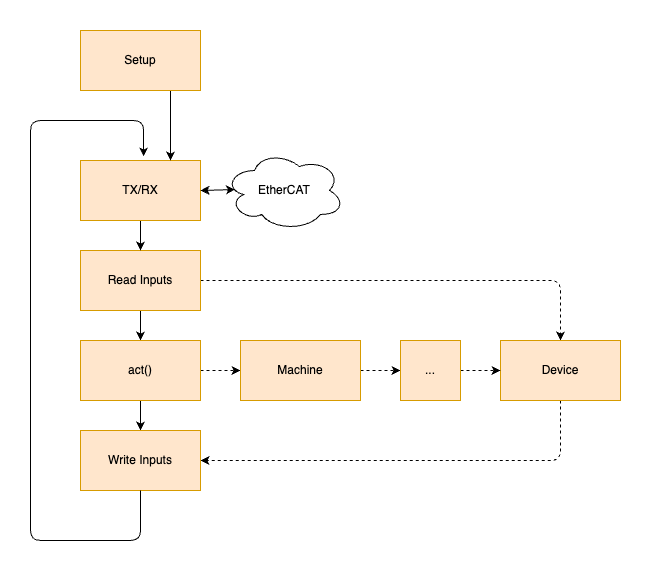
Before: docs/assets/control-loop.png, a diagram exported from draw.io (qitechgmbh/control). Source tidied: cells renumbered, new cells last; positions are measured from the earlier drawing's top-left corner, leaving out a move shared by most shapes. Source of this version:
```xml
<mxGraphModel>
  <root>
    <mxCell id="0" />
    <mxCell id="1" parent="0" />
    <mxCell id="2" style="swimlane;startSize=0;fillStyle=solid;fillColor=none;strokeColor=none;swimlaneFillColor=#FFFFFF;" parent="1" vertex="1">
      <mxGeometry width="630" height="550" as="geometry" />
    </mxCell>
    <mxCell id="3" style="edgeStyle=orthogonalEdgeStyle;html=1;exitX=1;exitY=0.5;exitDx=0;exitDy=0;entryX=0.5;entryY=0;entryDx=0;entryDy=0;dashed=1;" parent="2" edge="1" source="5" target="7">
      <mxGeometry relative="1" as="geometry" />
    </mxCell>
    <mxCell id="4" style="edgeStyle=none;html=1;exitX=0.5;exitY=1;exitDx=0;exitDy=0;entryX=0.5;entryY=0;entryDx=0;entryDy=0;" parent="2" edge="1" source="5" target="10">
      <mxGeometry relative="1" as="geometry" />
    </mxCell>
    <mxCell id="5" value="Read Inputs" style="rounded=0;whiteSpace=wrap;html=1;fillColor=#ffe6cc;strokeColor=#d79b00;" parent="2" vertex="1">
      <mxGeometry x="70" y="240" width="120" height="60" as="geometry" />
    </mxCell>
    <mxCell id="6" style="edgeStyle=orthogonalEdgeStyle;html=1;exitX=0.5;exitY=1;exitDx=0;exitDy=0;entryX=1;entryY=0.5;entryDx=0;entryDy=0;dashed=1;" parent="2" edge="1" source="7" target="11">
      <mxGeometry relative="1" as="geometry" />
    </mxCell>
    <mxCell id="7" value="Device" style="rounded=0;whiteSpace=wrap;html=1;fillColor=#ffe6cc;strokeColor=#d79b00;" parent="2" vertex="1">
      <mxGeometry x="490" y="330" width="120" height="60" as="geometry" />
    </mxCell>
    <mxCell id="8" style="edgeStyle=none;html=1;exitX=1;exitY=0.5;exitDx=0;exitDy=0;entryX=0;entryY=0.5;entryDx=0;entryDy=0;dashed=1;" parent="2" edge="1" source="10" target="13">
      <mxGeometry relative="1" as="geometry" />
    </mxCell>
    <mxCell id="9" style="edgeStyle=none;html=1;exitX=0.5;exitY=1;exitDx=0;exitDy=0;entryX=0.5;entryY=0;entryDx=0;entryDy=0;" parent="2" edge="1" source="10" target="11">
      <mxGeometry relative="1" as="geometry" />
    </mxCell>
    <mxCell id="10" value="act()" style="rounded=0;whiteSpace=wrap;html=1;fillColor=#ffe6cc;strokeColor=#d79b00;" parent="2" vertex="1">
      <mxGeometry x="70" y="330" width="120" height="60" as="geometry" />
    </mxCell>
    <mxCell id="11" value="Write Inputs" style="rounded=0;whiteSpace=wrap;html=1;fillColor=#ffe6cc;strokeColor=#d79b00;" parent="2" vertex="1">
      <mxGeometry x="70" y="420" width="120" height="60" as="geometry" />
    </mxCell>
    <mxCell id="12" style="edgeStyle=none;html=1;exitX=1;exitY=0.5;exitDx=0;exitDy=0;entryX=0;entryY=0.5;entryDx=0;entryDy=0;dashed=1;" parent="2" edge="1" source="13" target="15">
      <mxGeometry relative="1" as="geometry" />
    </mxCell>
    <mxCell id="13" value="Machine" style="rounded=0;whiteSpace=wrap;html=1;fillColor=#ffe6cc;strokeColor=#d79b00;" parent="2" vertex="1">
      <mxGeometry x="230" y="330" width="120" height="60" as="geometry" />
    </mxCell>
    <mxCell id="14" style="edgeStyle=none;html=1;exitX=1;exitY=0.5;exitDx=0;exitDy=0;entryX=0;entryY=0.5;entryDx=0;entryDy=0;dashed=1;" parent="2" edge="1" source="15" target="7">
      <mxGeometry relative="1" as="geometry" />
    </mxCell>
    <mxCell id="15" value="..." style="rounded=0;whiteSpace=wrap;html=1;fillColor=#ffe6cc;strokeColor=#d79b00;" parent="2" vertex="1">
      <mxGeometry x="390" y="330" width="60" height="60" as="geometry" />
    </mxCell>
    <mxCell id="16" style="edgeStyle=none;html=1;exitX=0.5;exitY=1;exitDx=0;exitDy=0;entryX=0.5;entryY=0;entryDx=0;entryDy=0;" parent="2" edge="1" source="17" target="5">
      <mxGeometry relative="1" as="geometry" />
    </mxCell>
    <mxCell id="17" value="TX/RX" style="rounded=0;whiteSpace=wrap;html=1;fillColor=#ffe6cc;strokeColor=#d79b00;" parent="2" vertex="1">
      <mxGeometry x="70" y="150" width="120" height="60" as="geometry" />
    </mxCell>
    <mxCell id="18" style="edgeStyle=orthogonalEdgeStyle;html=1;exitX=0.5;exitY=1;exitDx=0;exitDy=0;entryX=0.526;entryY=-0.067;entryDx=0;entryDy=0;entryPerimeter=0;" parent="2" edge="1" source="11" target="17">
      <mxGeometry relative="1" as="geometry">
        <Array as="points">
          <mxPoint x="130" y="530" />
          <mxPoint x="20" y="530" />
          <mxPoint x="20" y="110" />
          <mxPoint x="133" y="110" />
        </Array>
      </mxGeometry>
    </mxCell>
    <mxCell id="19" style="endArrow=classic;html=1;" parent="2" edge="1">
      <mxGeometry relative="1" as="geometry">
        <mxPoint x="160" y="80" as="sourcePoint" />
        <mxPoint x="160" y="150" as="targetPoint" />
      </mxGeometry>
    </mxCell>
    <mxCell id="20" value="Setup" style="rounded=0;whiteSpace=wrap;html=1;fillColor=#ffe6cc;strokeColor=#d79b00;" parent="2" vertex="1">
      <mxGeometry x="70" y="20" width="120" height="60" as="geometry" />
    </mxCell>
    <mxCell id="21" value="EtherCAT" style="ellipse;shape=cloud;whiteSpace=wrap;html=1;" parent="2" vertex="1">
      <mxGeometry x="214" y="140" width="120" height="80" as="geometry" />
    </mxCell>
    <mxCell id="22" style="edgeStyle=none;html=1;exitX=1;exitY=0.5;exitDx=0;exitDy=0;entryX=0.088;entryY=0.488;entryDx=0;entryDy=0;entryPerimeter=0;startArrow=classic;startFill=1;" parent="2" edge="1" source="17" target="21">
      <mxGeometry relative="1" as="geometry" />
    </mxCell>
  </root>
</mxGraphModel>
```
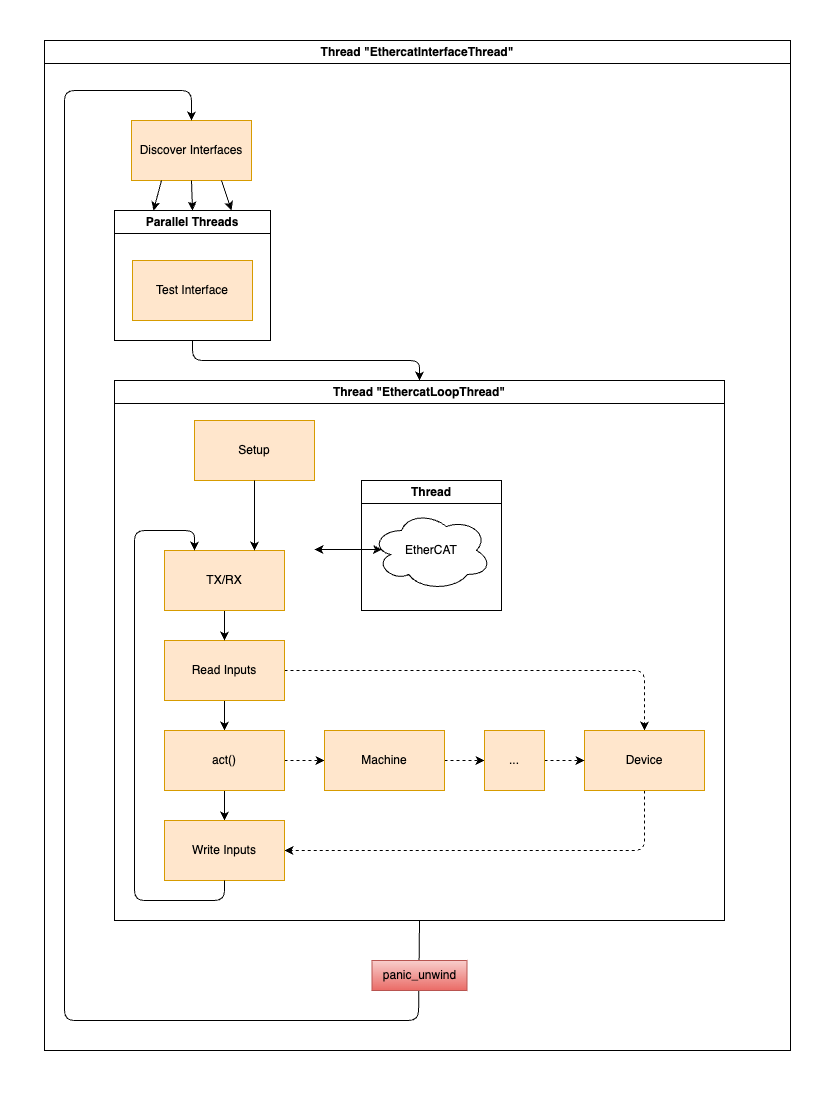
The same diagram one commit later.

Change to the diagram source:
```diff
@@ -2,78 +2,124 @@
   <root>
     <mxCell id="0" />
     <mxCell id="1" parent="0" />
-    <mxCell id="2" style="swimlane;startSize=0;fillStyle=solid;fillColor=none;strokeColor=none;swimlaneFillColor=#FFFFFF;" parent="1" vertex="1">
-      <mxGeometry width="630" height="550" as="geometry" />
-    </mxCell>
+    <mxCell id="23" style="swimlane;startSize=0;swimlaneFillColor=default;strokeColor=none;" parent="1" vertex="1">
+      <mxGeometry x="-960" y="-225" width="814" height="1080" as="geometry" />
+    </mxCell>
+    <mxCell id="24" value="Thread &quot;EthercatInterfaceThread&quot;" style="swimlane;whiteSpace=wrap;html=1;" parent="23" vertex="1">
+      <mxGeometry x="34" y="30" width="746" height="1010" as="geometry" />
+    </mxCell>
+    <mxCell id="25" value="Discover Interfaces" style="rounded=0;whiteSpace=wrap;html=1;fillColor=#ffe6cc;strokeColor=#d79b00;" parent="24" vertex="1">
+      <mxGeometry x="87" y="80" width="120" height="60" as="geometry" />
+    </mxCell>
+    <mxCell id="26" value="Parallel Threads" style="swimlane;whiteSpace=wrap;html=1;" parent="24" vertex="1">
+      <mxGeometry x="70" y="170" width="156" height="130" as="geometry" />
+    </mxCell>
+    <mxCell id="27" value="Test Interface" style="rounded=0;whiteSpace=wrap;html=1;fillColor=#ffe6cc;strokeColor=#d79b00;" parent="26" vertex="1">
+      <mxGeometry x="18" y="50" width="120" height="60" as="geometry" />
+    </mxCell>
+    <mxCell id="28" value="Thread &quot;EthercatLoopThread&quot;" style="swimlane;whiteSpace=wrap;html=1;" parent="24" vertex="1">
+      <mxGeometry x="70" y="340" width="610" height="540" as="geometry" />
+    </mxCell>
+    <mxCell id="29" value="Thread" style="swimlane;whiteSpace=wrap;html=1;" parent="28" vertex="1">
+      <mxGeometry x="247" y="100" width="140" height="130" as="geometry" />
+    </mxCell>
+    <mxCell id="21" value="EtherCAT" style="ellipse;shape=cloud;whiteSpace=wrap;html=1;" parent="29" vertex="1">
+      <mxGeometry x="10" y="30" width="120" height="80" as="geometry" />
+    </mxCell>
+    <mxCell id="20" value="Setup" style="rounded=0;whiteSpace=wrap;html=1;fillColor=#ffe6cc;strokeColor=#d79b00;" parent="28" vertex="1">
+      <mxGeometry x="80" y="40" width="120" height="60" as="geometry" />
+    </mxCell>
-    <mxCell id="3" style="edgeStyle=orthogonalEdgeStyle;html=1;exitX=1;exitY=0.5;exitDx=0;exitDy=0;entryX=0.5;entryY=0;entryDx=0;entryDy=0;dashed=1;" parent="2" edge="1" source="5" target="7">
+    <mxCell id="3" style="edgeStyle=orthogonalEdgeStyle;html=1;exitX=1;exitY=0.5;exitDx=0;exitDy=0;entryX=0.5;entryY=0;entryDx=0;entryDy=0;dashed=1;" parent="28" edge="1" source="5" target="7">
       <mxGeometry relative="1" as="geometry" />
     </mxCell>
-    <mxCell id="4" style="edgeStyle=none;html=1;exitX=0.5;exitY=1;exitDx=0;exitDy=0;entryX=0.5;entryY=0;entryDx=0;entryDy=0;" parent="2" edge="1" source="5" target="10">
+    <mxCell id="4" style="edgeStyle=none;html=1;exitX=0.5;exitY=1;exitDx=0;exitDy=0;entryX=0.5;entryY=0;entryDx=0;entryDy=0;" parent="28" edge="1" source="5" target="10">
       <mxGeometry relative="1" as="geometry" />
     </mxCell>
-    <mxCell id="5" value="Read Inputs" style="rounded=0;whiteSpace=wrap;html=1;fillColor=#ffe6cc;strokeColor=#d79b00;" parent="2" vertex="1">
-      <mxGeometry x="70" y="240" width="120" height="60" as="geometry" />
+    <mxCell id="5" value="Read Inputs" style="rounded=0;whiteSpace=wrap;html=1;fillColor=#ffe6cc;strokeColor=#d79b00;" parent="28" vertex="1">
+      <mxGeometry x="50" y="260" width="120" height="60" as="geometry" />
     </mxCell>
-    <mxCell id="6" style="edgeStyle=orthogonalEdgeStyle;html=1;exitX=0.5;exitY=1;exitDx=0;exitDy=0;entryX=1;entryY=0.5;entryDx=0;entryDy=0;dashed=1;" parent="2" edge="1" source="7" target="11">
+    <mxCell id="6" style="edgeStyle=orthogonalEdgeStyle;html=1;exitX=0.5;exitY=1;exitDx=0;exitDy=0;entryX=1;entryY=0.5;entryDx=0;entryDy=0;dashed=1;" parent="28" edge="1" source="7" target="11">
       <mxGeometry relative="1" as="geometry" />
     </mxCell>
-    <mxCell id="7" value="Device" style="rounded=0;whiteSpace=wrap;html=1;fillColor=#ffe6cc;strokeColor=#d79b00;" parent="2" vertex="1">
-      <mxGeometry x="490" y="330" width="120" height="60" as="geometry" />
+    <mxCell id="7" value="Device" style="rounded=0;whiteSpace=wrap;html=1;fillColor=#ffe6cc;strokeColor=#d79b00;" parent="28" vertex="1">
+      <mxGeometry x="470" y="350" width="120" height="60" as="geometry" />
     </mxCell>
-    <mxCell id="8" style="edgeStyle=none;html=1;exitX=1;exitY=0.5;exitDx=0;exitDy=0;entryX=0;entryY=0.5;entryDx=0;entryDy=0;dashed=1;" parent="2" edge="1" source="10" target="13">
+    <mxCell id="8" style="edgeStyle=none;html=1;exitX=1;exitY=0.5;exitDx=0;exitDy=0;entryX=0;entryY=0.5;entryDx=0;entryDy=0;dashed=1;" parent="28" edge="1" source="10" target="13">
       <mxGeometry relative="1" as="geometry" />
     </mxCell>
-    <mxCell id="9" style="edgeStyle=none;html=1;exitX=0.5;exitY=1;exitDx=0;exitDy=0;entryX=0.5;entryY=0;entryDx=0;entryDy=0;" parent="2" edge="1" source="10" target="11">
+    <mxCell id="9" style="edgeStyle=none;html=1;exitX=0.5;exitY=1;exitDx=0;exitDy=0;entryX=0.5;entryY=0;entryDx=0;entryDy=0;" parent="28" edge="1" source="10" target="11">
       <mxGeometry relative="1" as="geometry" />
     </mxCell>
-    <mxCell id="10" value="act()" style="rounded=0;whiteSpace=wrap;html=1;fillColor=#ffe6cc;strokeColor=#d79b00;" parent="2" vertex="1">
-      <mxGeometry x="70" y="330" width="120" height="60" as="geometry" />
+    <mxCell id="10" value="act()" style="rounded=0;whiteSpace=wrap;html=1;fillColor=#ffe6cc;strokeColor=#d79b00;" parent="28" vertex="1">
+      <mxGeometry x="50" y="350" width="120" height="60" as="geometry" />
     </mxCell>
-    <mxCell id="11" value="Write Inputs" style="rounded=0;whiteSpace=wrap;html=1;fillColor=#ffe6cc;strokeColor=#d79b00;" parent="2" vertex="1">
-      <mxGeometry x="70" y="420" width="120" height="60" as="geometry" />
+    <mxCell id="11" value="Write Inputs" style="rounded=0;whiteSpace=wrap;html=1;fillColor=#ffe6cc;strokeColor=#d79b00;" parent="28" vertex="1">
+      <mxGeometry x="50" y="440" width="120" height="60" as="geometry" />
     </mxCell>
-    <mxCell id="12" style="edgeStyle=none;html=1;exitX=1;exitY=0.5;exitDx=0;exitDy=0;entryX=0;entryY=0.5;entryDx=0;entryDy=0;dashed=1;" parent="2" edge="1" source="13" target="15">
+    <mxCell id="12" style="edgeStyle=none;html=1;exitX=1;exitY=0.5;exitDx=0;exitDy=0;entryX=0;entryY=0.5;entryDx=0;entryDy=0;dashed=1;" parent="28" edge="1" source="13" target="15">
       <mxGeometry relative="1" as="geometry" />
     </mxCell>
-    <mxCell id="13" value="Machine" style="rounded=0;whiteSpace=wrap;html=1;fillColor=#ffe6cc;strokeColor=#d79b00;" parent="2" vertex="1">
-      <mxGeometry x="230" y="330" width="120" height="60" as="geometry" />
+    <mxCell id="13" value="Machine" style="rounded=0;whiteSpace=wrap;html=1;fillColor=#ffe6cc;strokeColor=#d79b00;" parent="28" vertex="1">
+      <mxGeometry x="210" y="350" width="120" height="60" as="geometry" />
     </mxCell>
-    <mxCell id="14" style="edgeStyle=none;html=1;exitX=1;exitY=0.5;exitDx=0;exitDy=0;entryX=0;entryY=0.5;entryDx=0;entryDy=0;dashed=1;" parent="2" edge="1" source="15" target="7">
+    <mxCell id="14" style="edgeStyle=none;html=1;exitX=1;exitY=0.5;exitDx=0;exitDy=0;entryX=0;entryY=0.5;entryDx=0;entryDy=0;dashed=1;" parent="28" edge="1" source="15" target="7">
       <mxGeometry relative="1" as="geometry" />
     </mxCell>
-    <mxCell id="15" value="..." style="rounded=0;whiteSpace=wrap;html=1;fillColor=#ffe6cc;strokeColor=#d79b00;" parent="2" vertex="1">
-      <mxGeometry x="390" y="330" width="60" height="60" as="geometry" />
+    <mxCell id="15" value="..." style="rounded=0;whiteSpace=wrap;html=1;fillColor=#ffe6cc;strokeColor=#d79b00;" parent="28" vertex="1">
+      <mxGeometry x="370" y="350" width="60" height="60" as="geometry" />
     </mxCell>
-    <mxCell id="16" style="edgeStyle=none;html=1;exitX=0.5;exitY=1;exitDx=0;exitDy=0;entryX=0.5;entryY=0;entryDx=0;entryDy=0;" parent="2" edge="1" source="17" target="5">
+    <mxCell id="16" style="edgeStyle=none;html=1;exitX=0.5;exitY=1;exitDx=0;exitDy=0;entryX=0.5;entryY=0;entryDx=0;entryDy=0;" parent="28" edge="1" source="17" target="5">
       <mxGeometry relative="1" as="geometry" />
     </mxCell>
-    <mxCell id="17" value="TX/RX" style="rounded=0;whiteSpace=wrap;html=1;fillColor=#ffe6cc;strokeColor=#d79b00;" parent="2" vertex="1">
-      <mxGeometry x="70" y="150" width="120" height="60" as="geometry" />
+    <mxCell id="17" value="TX/RX" style="rounded=0;whiteSpace=wrap;html=1;fillColor=#ffe6cc;strokeColor=#d79b00;" parent="28" vertex="1">
+      <mxGeometry x="50" y="170" width="120" height="60" as="geometry" />
     </mxCell>
-    <mxCell id="18" style="edgeStyle=orthogonalEdgeStyle;html=1;exitX=0.5;exitY=1;exitDx=0;exitDy=0;entryX=0.526;entryY=-0.067;entryDx=0;entryDy=0;entryPerimeter=0;" parent="2" edge="1" source="11" target="17">
+    <mxCell id="18" style="edgeStyle=orthogonalEdgeStyle;html=1;exitX=0.5;exitY=1;exitDx=0;exitDy=0;entryX=0.25;entryY=0;entryDx=0;entryDy=0;" parent="28" edge="1" source="11" target="17">
       <mxGeometry relative="1" as="geometry">
         <Array as="points">
-          <mxPoint x="130" y="530" />
-          <mxPoint x="20" y="530" />
-          <mxPoint x="20" y="110" />
-          <mxPoint x="133" y="110" />
+          <mxPoint x="110" y="520" />
+          <mxPoint x="20" y="520" />
+          <mxPoint x="20" y="150" />
+          <mxPoint x="80" y="150" />
         </Array>
       </mxGeometry>
     </mxCell>
-    <mxCell id="19" style="endArrow=classic;html=1;" parent="2" edge="1">
+    <mxCell id="19" style="endArrow=classic;html=1;" parent="28" edge="1">
       <mxGeometry relative="1" as="geometry">
-        <mxPoint x="160" y="80" as="sourcePoint" />
-        <mxPoint x="160" y="150" as="targetPoint" />
+        <mxPoint x="140" y="100" as="sourcePoint" />
+        <mxPoint x="140" y="170" as="targetPoint" />
       </mxGeometry>
     </mxCell>
-    <mxCell id="20" value="Setup" style="rounded=0;whiteSpace=wrap;html=1;fillColor=#ffe6cc;strokeColor=#d79b00;" parent="2" vertex="1">
-      <mxGeometry x="70" y="20" width="120" height="60" as="geometry" />
-    </mxCell>
-    <mxCell id="21" value="EtherCAT" style="ellipse;shape=cloud;whiteSpace=wrap;html=1;" parent="2" vertex="1">
-      <mxGeometry x="214" y="140" width="120" height="80" as="geometry" />
-    </mxCell>
-    <mxCell id="22" style="edgeStyle=none;html=1;exitX=1;exitY=0.5;exitDx=0;exitDy=0;entryX=0.088;entryY=0.488;entryDx=0;entryDy=0;entryPerimeter=0;startArrow=classic;startFill=1;" parent="2" edge="1" source="17" target="21">
-      <mxGeometry relative="1" as="geometry" />
+    <mxCell id="22" style="edgeStyle=none;html=1;exitX=1;exitY=0.5;exitDx=0;exitDy=0;entryX=0.088;entryY=0.488;entryDx=0;entryDy=0;entryPerimeter=0;startArrow=classic;startFill=1;" parent="28" edge="1" target="21">
+      <mxGeometry relative="1" as="geometry">
+        <mxPoint x="200" y="169" as="sourcePoint" />
+      </mxGeometry>
     </mxCell>
+    <mxCell id="30" style="edgeStyle=none;html=1;exitX=0.25;exitY=1;exitDx=0;exitDy=0;entryX=0.25;entryY=0;entryDx=0;entryDy=0;" parent="24" edge="1" source="25" target="26">
+      <mxGeometry relative="1" as="geometry" />
+    </mxCell>
+    <mxCell id="31" style="edgeStyle=none;html=1;exitX=0.5;exitY=1;exitDx=0;exitDy=0;entryX=0.5;entryY=0;entryDx=0;entryDy=0;" parent="24" edge="1" source="25" target="26">
+      <mxGeometry relative="1" as="geometry" />
+    </mxCell>
+    <mxCell id="32" style="edgeStyle=none;html=1;exitX=0.75;exitY=1;exitDx=0;exitDy=0;entryX=0.75;entryY=0;entryDx=0;entryDy=0;" parent="24" edge="1" source="25" target="26">
+      <mxGeometry relative="1" as="geometry" />
+    </mxCell>
+    <mxCell id="33" style="edgeStyle=orthogonalEdgeStyle;html=1;entryX=0.5;entryY=0;entryDx=0;entryDy=0;exitX=0.5;exitY=1;exitDx=0;exitDy=0;" parent="24" edge="1" source="28" target="25">
+      <mxGeometry relative="1" as="geometry">
+        <Array as="points">
+          <mxPoint x="374" y="880" />
+          <mxPoint x="374" y="980" />
+          <mxPoint x="20" y="980" />
+          <mxPoint x="20" y="50" />
+          <mxPoint x="147" y="50" />
+        </Array>
+      </mxGeometry>
+    </mxCell>
+    <mxCell id="34" style="edgeStyle=orthogonalEdgeStyle;html=1;exitX=0.5;exitY=1;exitDx=0;exitDy=0;entryX=0.5;entryY=0;entryDx=0;entryDy=0;" parent="24" edge="1" source="26" target="28">
+      <mxGeometry relative="1" as="geometry" />
+    </mxCell>
+    <mxCell id="35" value="panic_unwind" style="text;html=1;align=center;verticalAlign=middle;whiteSpace=wrap;rounded=0;fillColor=#f8cecc;gradientColor=#ea6b66;strokeColor=#b85450;" parent="24" vertex="1">
+      <mxGeometry x="327.5" y="920" width="95" height="30" as="geometry" />
+    </mxCell>
   </root>
 </mxGraphModel>
```
